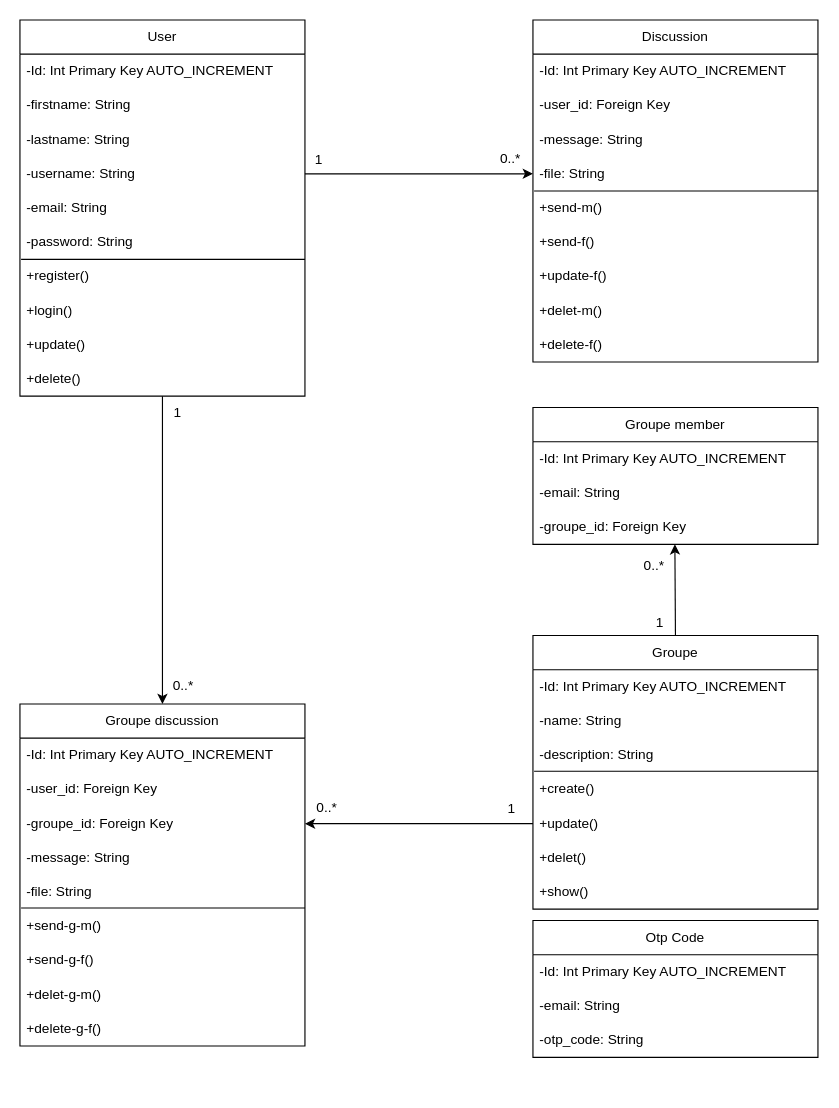
elomski/BRIEF-DERNIER keeps this draw.io diagram as diagrammes/classe.drawio. Above is the earlier version. Source tidied: cells renumbered, new cells numbered last; positions are measured from the earlier drawing's top-left corner, leaving out a move shared by most shapes. Both pictures are drawn from the tidied source at 114%, with x=0, y=0 at pixel (19, 19).
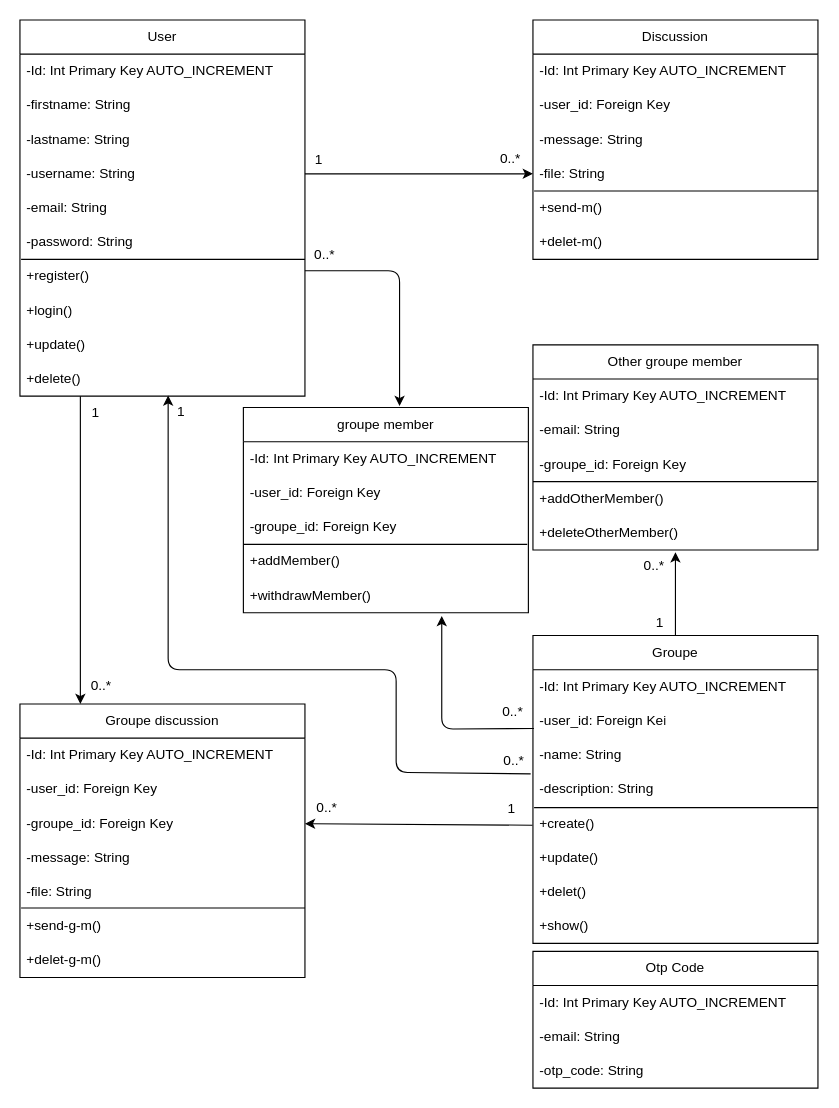
Above is the later version.

Unchanged cells that the change refers to:
```xml
<mxCell id="3" value="User" style="swimlane;fontStyle=0;horizontal=1;startSize=30;whiteSpace=wrap;html=1;" parent="1" vertex="1">
  <mxGeometry width="250" height="330" as="geometry" />
</mxCell>
<mxCell id="13" value="+delete()" style="text;strokeColor=none;fillColor=none;align=left;verticalAlign=middle;spacingLeft=4;spacingRight=4;overflow=hidden;points=[[0,0.5],[1,0.5]];portConstraint=eastwest;whiteSpace=wrap;html=1;" parent="3" vertex="1">
  <mxGeometry y="300" width="250" height="30" as="geometry" />
</mxCell>
<mxCell id="39" value="-groupe_id: Foreign Key" style="text;strokeColor=none;fillColor=none;align=left;verticalAlign=middle;spacingLeft=4;spacingRight=4;overflow=hidden;points=[[0,0.5],[1,0.5]];portConstraint=eastwest;whiteSpace=wrap;html=1;" parent="36" vertex="1">
  <mxGeometry y="90" width="250" height="30" as="geometry" />
</mxCell>
<mxCell id="50" value="-groupe_id: Foreign Key" style="text;strokeColor=none;fillColor=none;align=left;verticalAlign=middle;spacingLeft=4;spacingRight=4;overflow=hidden;points=[[0,0.5],[1,0.5]];portConstraint=eastwest;whiteSpace=wrap;html=1;" parent="47" vertex="1">
  <mxGeometry y="90" width="250" height="30" as="geometry" />
</mxCell>
<mxCell id="62" value="1" style="text;html=1;align=center;verticalAlign=middle;points=[];strokeColor=none;fillColor=none;" parent="1" vertex="1">
  <mxGeometry x="416" y="677" width="30" height="30" as="geometry" />
</mxCell>
<mxCell id="64" value="0..*" style="text;html=1;align=center;verticalAlign=middle;points=[];strokeColor=none;fillColor=none;" parent="1" vertex="1">
  <mxGeometry x="536" y="464" width="40" height="30" as="geometry" />
</mxCell>
```

Change to the diagram source:
```diff
@@
-    <mxCell id="2" style="edgeStyle=none;html=1;entryX=0.5;entryY=0;entryDx=0;entryDy=0;" parent="1" edge="1" source="3" target="36">
-      <mxGeometry relative="1" as="geometry" />
+    <mxCell id="2" style="edgeStyle=none;html=1;entryX=0.5;entryY=0;entryDx=0;entryDy=0;" parent="1" edge="1">
+      <mxGeometry relative="1" as="geometry">
+        <mxPoint x="53" y="330" as="sourcePoint" />
+        <mxPoint x="53" y="600" as="targetPoint" />
+      </mxGeometry>
     </mxCell>
@@
+    <mxCell id="65" style="endArrow=none;html=1;" parent="3" edge="1">
+      <mxGeometry relative="1" as="geometry">
+        <mxPoint x="196" y="460" as="sourcePoint" />
+        <mxPoint x="445" y="460" as="targetPoint" />
+      </mxGeometry>
+    </mxCell>
+    <mxCell id="66" style="endArrow=none;html=1;" parent="3" edge="1">
+      <mxGeometry relative="1" as="geometry">
+        <mxPoint x="450" y="405" as="sourcePoint" />
+        <mxPoint x="699" y="405" as="targetPoint" />
+      </mxGeometry>
+    </mxCell>
     <mxCell id="15" value="Discussion" style="swimlane;fontStyle=0;horizontal=1;startSize=30;whiteSpace=wrap;html=1;" parent="1" vertex="1">
-      <mxGeometry x="450" width="250" height="300" as="geometry" />
+      <mxGeometry x="450" width="250" height="210" as="geometry" />
     </mxCell>
@@
-    <mxCell id="21" value="+send-f()" style="text;strokeColor=none;fillColor=none;align=left;verticalAlign=middle;spacingLeft=4;spacingRight=4;overflow=hidden;whiteSpace=wrap;html=1;" parent="15" vertex="1">
-      <mxGeometry y="180" width="250" height="30" as="geometry" />
-    </mxCell>
-    <mxCell id="22" value="+update-f()" style="text;strokeColor=none;fillColor=none;align=left;verticalAlign=middle;spacingLeft=4;spacingRight=4;overflow=hidden;whiteSpace=wrap;html=1;" parent="15" vertex="1">
-      <mxGeometry y="210" width="250" height="30" as="geometry" />
-    </mxCell>
     <mxCell id="23" value="+delet-m()" style="text;strokeColor=none;fillColor=none;align=left;verticalAlign=middle;spacingLeft=4;spacingRight=4;overflow=hidden;whiteSpace=wrap;html=1;" parent="15" vertex="1">
-      <mxGeometry y="240" width="250" height="30" as="geometry" />
+      <mxGeometry y="180" width="250" height="30" as="geometry" />
     </mxCell>
-    <mxCell id="24" value="+delete-f()" style="text;strokeColor=none;fillColor=none;align=left;verticalAlign=middle;spacingLeft=4;spacingRight=4;overflow=hidden;whiteSpace=wrap;html=1;" parent="15" vertex="1">
-      <mxGeometry y="270" width="250" height="30" as="geometry" />
-    </mxCell>
@@
-    <mxCell id="26" style="edgeStyle=none;html=1;exitX=0.5;exitY=0;exitDx=0;exitDy=0;entryX=0.498;entryY=1;entryDx=0;entryDy=0;entryPerimeter=0;" parent="1" edge="1" source="27" target="50">
+    <mxCell id="26" style="edgeStyle=none;html=1;exitX=0.5;exitY=0;exitDx=0;exitDy=0;entryX=0.975;entryY=0.1;entryDx=0;entryDy=0;entryPerimeter=0;" parent="1" edge="1" source="27" target="64">
       <mxGeometry relative="1" as="geometry" />
     </mxCell>
     <mxCell id="27" value="Groupe" style="swimlane;fontStyle=0;horizontal=1;startSize=30;whiteSpace=wrap;html=1;" parent="1" vertex="1">
-      <mxGeometry x="450" y="540" width="250" height="240" as="geometry" />
+      <mxGeometry x="450" y="540" width="250" height="270" as="geometry" />
     </mxCell>
@@
+    <mxCell id="67" value="-user_id: Foreign Kei" style="text;strokeColor=none;fillColor=none;align=left;verticalAlign=middle;spacingLeft=4;spacingRight=4;overflow=hidden;whiteSpace=wrap;html=1;" parent="27" vertex="1">
+      <mxGeometry y="60" width="250" height="30" as="geometry" />
+    </mxCell>
     <mxCell id="29" value="-name: String" style="text;strokeColor=none;fillColor=none;align=left;verticalAlign=middle;spacingLeft=4;spacingRight=4;overflow=hidden;points=[[0,0.5],[1,0.5]];portConstraint=eastwest;whiteSpace=wrap;html=1;" parent="27" vertex="1">
-      <mxGeometry y="60" width="250" height="30" as="geometry" />
+      <mxGeometry y="90" width="250" height="30" as="geometry" />
     </mxCell>
     <mxCell id="30" value="-description: String" style="text;strokeColor=none;fillColor=none;align=left;verticalAlign=middle;spacingLeft=4;spacingRight=4;overflow=hidden;whiteSpace=wrap;html=1;" parent="27" vertex="1">
-      <mxGeometry y="90" width="250" height="30" as="geometry" />
+      <mxGeometry y="120" width="250" height="30" as="geometry" />
     </mxCell>
     <mxCell id="31" value="+create()" style="text;strokeColor=none;fillColor=none;align=left;verticalAlign=middle;spacingLeft=4;spacingRight=4;overflow=hidden;whiteSpace=wrap;html=1;" parent="27" vertex="1">
-      <mxGeometry y="120" width="250" height="30" as="geometry" />
+      <mxGeometry y="150" width="250" height="30" as="geometry" />
     </mxCell>
     <mxCell id="32" value="+update()" style="text;strokeColor=none;fillColor=none;align=left;verticalAlign=middle;spacingLeft=4;spacingRight=4;overflow=hidden;points=[[0,0.5],[1,0.5]];portConstraint=eastwest;whiteSpace=wrap;html=1;" parent="27" vertex="1">
-      <mxGeometry y="150" width="250" height="30" as="geometry" />
+      <mxGeometry y="180" width="250" height="30" as="geometry" />
     </mxCell>
     <mxCell id="33" value="+delet()" style="text;strokeColor=none;fillColor=none;align=left;verticalAlign=middle;spacingLeft=4;spacingRight=4;overflow=hidden;whiteSpace=wrap;html=1;" parent="27" vertex="1">
-      <mxGeometry y="180" width="250" height="30" as="geometry" />
+      <mxGeometry y="210" width="250" height="30" as="geometry" />
     </mxCell>
     <mxCell id="34" value="+show()" style="text;strokeColor=none;fillColor=none;align=left;verticalAlign=middle;spacingLeft=4;spacingRight=4;overflow=hidden;whiteSpace=wrap;html=1;" parent="27" vertex="1">
-      <mxGeometry y="210" width="250" height="30" as="geometry" />
+      <mxGeometry y="240" width="250" height="30" as="geometry" />
     </mxCell>
     <mxCell id="35" style="endArrow=none;html=1;" parent="27" edge="1">
       <mxGeometry relative="1" as="geometry">
-        <mxPoint x="1" y="119" as="sourcePoint" />
-        <mxPoint x="250" y="119" as="targetPoint" />
+        <mxPoint x="1" y="151" as="sourcePoint" />
+        <mxPoint x="250" y="151" as="targetPoint" />
       </mxGeometry>
     </mxCell>
     <mxCell id="36" value="Groupe discussion" style="swimlane;fontStyle=0;horizontal=1;startSize=30;whiteSpace=wrap;html=1;" parent="1" vertex="1">
-      <mxGeometry y="600" width="250" height="300" as="geometry" />
+      <mxGeometry y="600" width="250" height="240" as="geometry" />
     </mxCell>
@@
-    <mxCell id="43" value="+send-g-f()" style="text;strokeColor=none;fillColor=none;align=left;verticalAlign=middle;spacingLeft=4;spacingRight=4;overflow=hidden;whiteSpace=wrap;html=1;" parent="36" vertex="1">
-      <mxGeometry y="210" width="250" height="30" as="geometry" />
-    </mxCell>
     <mxCell id="44" value="+delet-g-m()" style="text;strokeColor=none;fillColor=none;align=left;verticalAlign=middle;spacingLeft=4;spacingRight=4;overflow=hidden;whiteSpace=wrap;html=1;" parent="36" vertex="1">
-      <mxGeometry y="240" width="250" height="30" as="geometry" />
+      <mxGeometry y="210" width="250" height="30" as="geometry" />
     </mxCell>
-    <mxCell id="45" value="+delete-g-f()" style="text;strokeColor=none;fillColor=none;align=left;verticalAlign=middle;spacingLeft=4;spacingRight=4;overflow=hidden;whiteSpace=wrap;html=1;" parent="36" vertex="1">
-      <mxGeometry y="270" width="250" height="30" as="geometry" />
-    </mxCell>
@@
-    <mxCell id="47" value="Groupe member" style="swimlane;fontStyle=0;horizontal=1;startSize=30;whiteSpace=wrap;html=1;" parent="1" vertex="1">
-      <mxGeometry x="450" y="340" width="250" height="120" as="geometry" />
+    <mxCell id="47" value="Other groupe member" style="swimlane;fontStyle=0;horizontal=1;startSize=30;whiteSpace=wrap;html=1;" parent="1" vertex="1">
+      <mxGeometry x="450" y="285" width="250" height="180" as="geometry" />
     </mxCell>
@@
+    <mxCell id="68" value="+addOtherMember()" style="text;strokeColor=none;fillColor=none;align=left;verticalAlign=middle;spacingLeft=4;spacingRight=4;overflow=hidden;whiteSpace=wrap;html=1;" parent="47" vertex="1">
+      <mxGeometry y="120" width="250" height="30" as="geometry" />
+    </mxCell>
+    <mxCell id="69" value="+deleteOtherMember()" style="text;strokeColor=none;fillColor=none;align=left;verticalAlign=middle;spacingLeft=4;spacingRight=4;overflow=hidden;whiteSpace=wrap;html=1;" parent="47" vertex="1">
+      <mxGeometry y="150" width="250" height="30" as="geometry" />
+    </mxCell>
     <mxCell id="51" value="Otp Code" style="swimlane;fontStyle=0;horizontal=1;startSize=30;whiteSpace=wrap;html=1;" parent="1" vertex="1">
-      <mxGeometry x="450" y="790" width="250" height="120" as="geometry" />
+      <mxGeometry x="450" y="817" width="250" height="120" as="geometry" />
     </mxCell>
@@
     <mxCell id="58" value="1" style="text;html=1;align=center;verticalAlign=middle;strokeColor=none;fillColor=none;" parent="1" vertex="1">
-      <mxGeometry x="123" y="330" width="30" height="30" as="geometry" />
+      <mxGeometry x="51" y="330" width="30" height="30" as="geometry" />
     </mxCell>
     <mxCell id="59" value="0..*" style="text;html=1;align=center;verticalAlign=middle;strokeColor=none;fillColor=none;" parent="1" vertex="1">
-      <mxGeometry x="123" y="569" width="40" height="30" as="geometry" />
+      <mxGeometry x="51" y="569" width="40" height="30" as="geometry" />
     </mxCell>
-    <mxCell id="60" style="edgeStyle=none;html=1;exitX=0;exitY=0.5;exitDx=0;exitDy=0;entryX=1;entryY=0.5;entryDx=0;entryDy=0;" parent="1" edge="1" source="32" target="39">
+    <mxCell id="60" style="edgeStyle=none;html=1;exitX=1.121;exitY=0.979;exitDx=0;exitDy=0;entryX=1;entryY=0.5;entryDx=0;entryDy=0;exitPerimeter=0;" parent="1" edge="1" source="62" target="39">
       <mxGeometry relative="1" as="geometry" />
     </mxCell>
@@
+    <mxCell id="70" value="groupe member" style="swimlane;fontStyle=0;horizontal=1;startSize=30;whiteSpace=wrap;html=1;" parent="1" vertex="1">
+      <mxGeometry x="196" y="340" width="250" height="180" as="geometry" />
+    </mxCell>
+    <mxCell id="71" value="-Id: Int Primary Key AUTO_INCREMENT" style="text;strokeColor=none;fillColor=none;align=left;verticalAlign=middle;spacingLeft=4;spacingRight=4;overflow=hidden;whiteSpace=wrap;html=1;" parent="70" vertex="1">
+      <mxGeometry y="30" width="250" height="30" as="geometry" />
+    </mxCell>
+    <mxCell id="72" value="-user_id: Foreign Key" style="text;strokeColor=none;fillColor=none;align=left;verticalAlign=middle;spacingLeft=4;spacingRight=4;overflow=hidden;whiteSpace=wrap;html=1;" parent="70" vertex="1">
+      <mxGeometry y="60" width="250" height="30" as="geometry" />
+    </mxCell>
+    <mxCell id="73" value="-groupe_id: Foreign Key" style="text;strokeColor=none;fillColor=none;align=left;verticalAlign=middle;spacingLeft=4;spacingRight=4;overflow=hidden;whiteSpace=wrap;html=1;" parent="70" vertex="1">
+      <mxGeometry y="90" width="250" height="30" as="geometry" />
+    </mxCell>
+    <mxCell id="74" value="+addMember()" style="text;strokeColor=none;fillColor=none;align=left;verticalAlign=middle;spacingLeft=4;spacingRight=4;overflow=hidden;whiteSpace=wrap;html=1;" parent="70" vertex="1">
+      <mxGeometry y="120" width="250" height="30" as="geometry" />
+    </mxCell>
+    <mxCell id="75" value="+withdrawMember()" style="text;strokeColor=none;fillColor=none;align=left;verticalAlign=middle;spacingLeft=4;spacingRight=4;overflow=hidden;points=[[0,0.5],[1,0.5]];portConstraint=eastwest;whiteSpace=wrap;html=1;" parent="70" vertex="1">
+      <mxGeometry y="150" width="250" height="30" as="geometry" />
+    </mxCell>
+    <mxCell id="76" style="edgeStyle=none;html=1;entryX=0.548;entryY=-0.008;entryDx=0;entryDy=0;entryPerimeter=0;" parent="1" edge="1" target="70">
+      <mxGeometry relative="1" as="geometry">
+        <mxPoint x="250" y="220" as="sourcePoint" />
+        <Array as="points">
+          <mxPoint x="333" y="220" />
+        </Array>
+      </mxGeometry>
+    </mxCell>
+    <mxCell id="77" value="0..*" style="text;html=1;align=center;verticalAlign=middle;strokeColor=none;fillColor=none;" parent="1" vertex="1">
+      <mxGeometry x="247" y="191" width="40" height="30" as="geometry" />
+    </mxCell>
+    <mxCell id="78" style="edgeStyle=none;html=1;entryX=0.696;entryY=1.094;entryDx=0;entryDy=0;entryPerimeter=0;exitX=0.971;exitY=0.985;exitDx=0;exitDy=0;exitPerimeter=0;" parent="1" edge="1" source="79" target="75">
+      <mxGeometry relative="1" as="geometry">
+        <Array as="points">
+          <mxPoint x="370" y="622" />
+        </Array>
+      </mxGeometry>
+    </mxCell>
+    <mxCell id="79" value="0..*" style="text;html=1;align=center;verticalAlign=middle;points=[];strokeColor=none;fillColor=none;" parent="1" vertex="1">
+      <mxGeometry x="412" y="592" width="40" height="30" as="geometry" />
+    </mxCell>
+    <mxCell id="80" style="edgeStyle=none;html=1;exitX=-0.008;exitY=1.044;exitDx=0;exitDy=0;exitPerimeter=0;entryX=0.52;entryY=0.981;entryDx=0;entryDy=0;entryPerimeter=0;" parent="1" edge="1" source="29" target="13">
+      <mxGeometry relative="1" as="geometry">
+        <Array as="points">
+          <mxPoint x="330" y="660" />
+          <mxPoint x="330" y="570" />
+          <mxPoint x="130" y="570" />
+        </Array>
+      </mxGeometry>
+    </mxCell>
+    <mxCell id="81" value="0..*" style="text;html=1;align=center;verticalAlign=middle;strokeColor=none;fillColor=none;" parent="1" vertex="1">
+      <mxGeometry x="413" y="635" width="40" height="30" as="geometry" />
+    </mxCell>
+    <mxCell id="82" value="1" style="text;html=1;align=center;verticalAlign=middle;strokeColor=none;fillColor=none;" parent="1" vertex="1">
+      <mxGeometry x="126" y="329" width="30" height="30" as="geometry" />
+    </mxCell>
```
